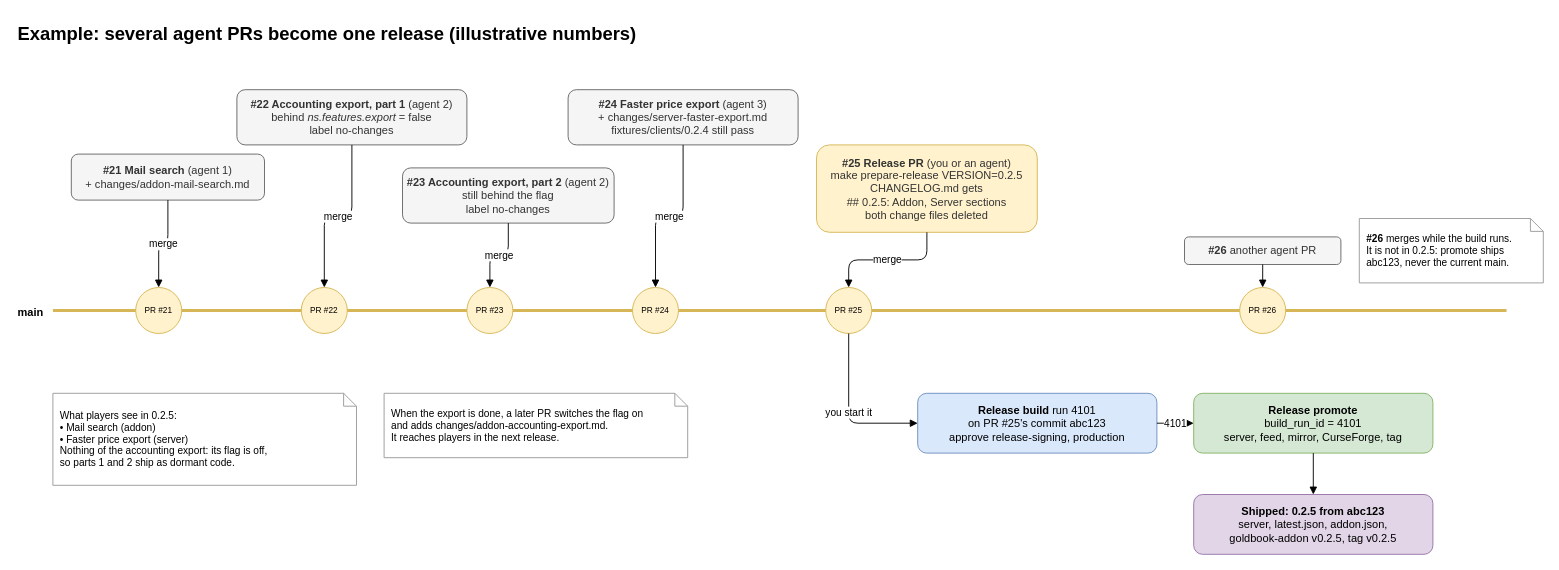
Earlier version of the draw.io diagram page "2. Example: release 0.2.5" (2 of 4) of docs/release-flow.drawio (jkc-be/goldbook). Source tidied: cells renumbered, new cells numbered last; positions are measured from the earlier drawing's top-left corner, leaving out a move shared by most shapes. Both pictures are drawn from the tidied source at 92%, with x=0, y=0 at pixel (16, 16).
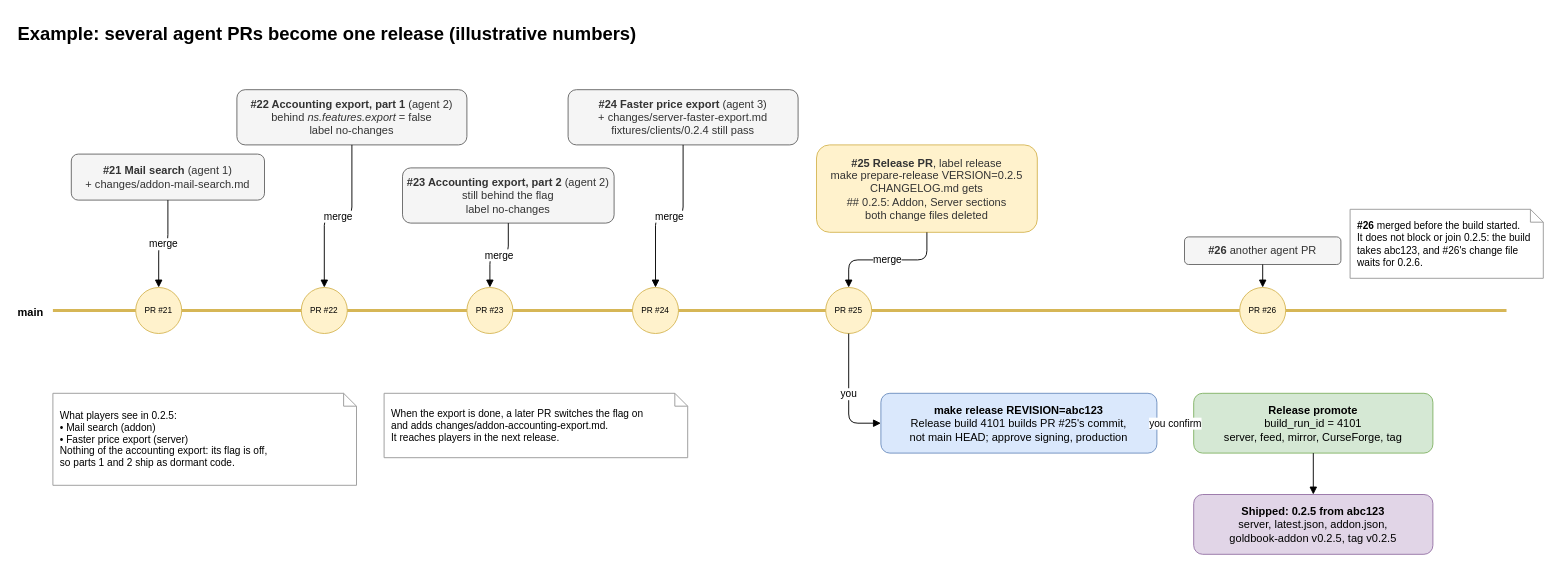
The same diagram, later.

Commit message (it also covers changes not shown here):
Update release flow diagrams for make release, explicit revisions and the server skip

Unchanged cells that the change refers to:
```xml
<mxCell id="9" value="PR #25" style="ellipse;whiteSpace=wrap;html=1;fillColor=#fff2cc;strokeColor=#d6b656;fontSize=9;" parent="1" vertex="1">
  <mxGeometry x="880" y="295" width="50" height="50" as="geometry" />
</mxCell>
<mxCell id="25" value="&lt;b&gt;Release promote&lt;/b&gt;&lt;br&gt;build_run_id = 4101&lt;br&gt;server, feed, mirror, CurseForge, tag" style="rounded=1;whiteSpace=wrap;html=1;fillColor=#d5e8d4;strokeColor=#82b366;" parent="1" vertex="1">
  <mxGeometry x="1280" y="410" width="260" height="65" as="geometry" />
</mxCell>
```

The edit, as a diff of the source:
```diff
@@
-    <mxCell id="15" value="&lt;b&gt;#25 Release PR&lt;/b&gt; (you or an agent)&lt;br&gt;make prepare-release VERSION=0.2.5&lt;br&gt;CHANGELOG.md gets&lt;br&gt;## 0.2.5: Addon, Server sections&lt;br&gt;both change files deleted" style="rounded=1;whiteSpace=wrap;html=1;fillColor=#f5f5f5;strokeColor=#666666;fontColor=#333333;fillColor=#fff2cc;strokeColor=#d6b656;" parent="1" vertex="1">
+    <mxCell id="15" value="&lt;b&gt;#25 Release PR&lt;/b&gt;, label release&lt;br&gt;make prepare-release VERSION=0.2.5&lt;br&gt;CHANGELOG.md gets&lt;br&gt;## 0.2.5: Addon, Server sections&lt;br&gt;both change files deleted" style="rounded=1;whiteSpace=wrap;html=1;fillColor=#f5f5f5;strokeColor=#666666;fontColor=#333333;fillColor=#fff2cc;strokeColor=#d6b656;" parent="1" vertex="1">
       <mxGeometry x="870" y="140" width="240" height="95" as="geometry" />
     </mxCell>
@@
-    <mxCell id="23" value="&lt;b&gt;Release build&lt;/b&gt; run 4101&lt;br&gt;on PR #25's commit abc123&lt;br&gt;approve release-signing, production" style="rounded=1;whiteSpace=wrap;html=1;fillColor=#dae8fc;strokeColor=#6c8ebf;" parent="1" vertex="1">
-      <mxGeometry x="980" y="410" width="260" height="65" as="geometry" />
+    <mxCell id="23" value="&lt;b&gt;make release REVISION=abc123&lt;/b&gt;&lt;br&gt;Release build 4101 builds PR #25's commit,&lt;br&gt;not main HEAD; approve signing, production" style="rounded=1;whiteSpace=wrap;html=1;fillColor=#dae8fc;strokeColor=#6c8ebf;" parent="1" vertex="1">
+      <mxGeometry x="940" y="410" width="300" height="65" as="geometry" />
     </mxCell>
-    <mxCell id="24" value="you start it" style="edgeStyle=orthogonalEdgeStyle;rounded=1;html=1;endArrow=block;endFill=1;exitX=0.5;exitY=1;entryX=0;entryY=0.5;" parent="1" edge="1" source="9" target="23">
+    <mxCell id="24" value="you" style="edgeStyle=orthogonalEdgeStyle;rounded=1;html=1;endArrow=block;endFill=1;exitX=0.5;exitY=1;entryX=0;entryY=0.5;" parent="1" edge="1" source="9" target="23">
       <mxGeometry relative="1" as="geometry" />
     </mxCell>
@@
-    <mxCell id="26" value="4101" style="edgeStyle=orthogonalEdgeStyle;rounded=1;html=1;endArrow=block;endFill=1;" parent="1" edge="1" source="23" target="25">
+    <mxCell id="26" value="you confirm" style="edgeStyle=orthogonalEdgeStyle;rounded=1;html=1;endArrow=block;endFill=1;" parent="1" edge="1" source="23" target="25">
       <mxGeometry relative="1" as="geometry" />
     </mxCell>
@@
-    <mxCell id="29" value="&lt;b&gt;#26&lt;/b&gt; merges while the build runs.&lt;br&gt;It is not in 0.2.5: promote ships&lt;br&gt;abc123, never the current main." style="shape=note;whiteSpace=wrap;html=1;size=14;fillColor=#ffffff;strokeColor=#999999;align=left;spacingLeft=6;fontSize=11;" parent="1" vertex="1">
-      <mxGeometry x="1460" y="220" width="200" height="70" as="geometry" />
+    <mxCell id="29" value="&lt;b&gt;#26&lt;/b&gt; merged before the build started.&lt;br&gt;It does not block or join 0.2.5: the build&lt;br&gt;takes abc123, and #26's change file&lt;br&gt;waits for 0.2.6." style="shape=note;whiteSpace=wrap;html=1;size=14;fillColor=#ffffff;strokeColor=#999999;align=left;spacingLeft=6;fontSize=11;" parent="1" vertex="1">
+      <mxGeometry x="1450" y="210" width="210" height="75" as="geometry" />
     </mxCell>
```
